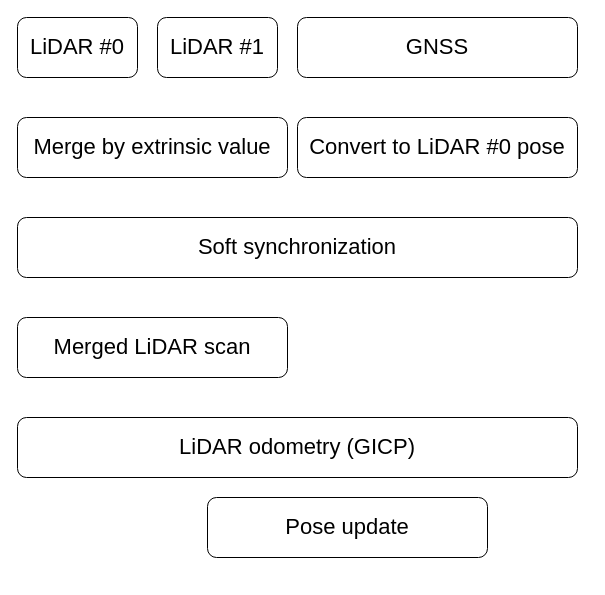
Above: mligo/glio.drawio in zzywhu/drawio (draw.io), before the change. Source tidied: cells renumbered, new cells numbered last; positions are measured from the earlier drawing's top-left corner, leaving out a move shared by most shapes. Both pictures are drawn from the tidied source at 100%, with x=0, y=0 at pixel (17, 17).
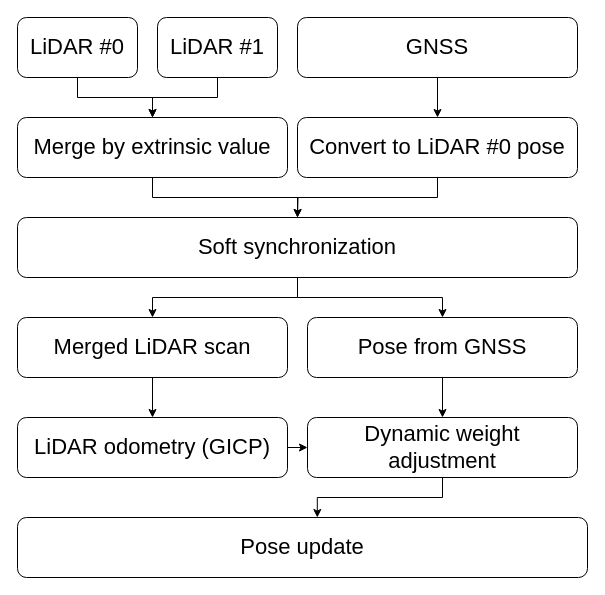
The same page after the edit.

Unchanged cells that the change refers to:
```xml
<mxCell id="2" value="&lt;font style=&quot;font-size: 22px;&quot;&gt;LiDAR #0&lt;/font&gt;" style="rounded=1;whiteSpace=wrap;html=1;" parent="1" vertex="1">
  <mxGeometry width="120" height="60" as="geometry" />
</mxCell>
<mxCell id="3" value="&lt;font style=&quot;font-size: 22px;&quot;&gt;LiDAR #1&lt;/font&gt;" style="rounded=1;whiteSpace=wrap;html=1;" parent="1" vertex="1">
  <mxGeometry x="140" width="120" height="60" as="geometry" />
</mxCell>
<mxCell id="4" value="&lt;font style=&quot;font-size: 22px;&quot;&gt;GNSS&lt;/font&gt;" style="rounded=1;whiteSpace=wrap;html=1;" parent="1" vertex="1">
  <mxGeometry x="280" width="280" height="60" as="geometry" />
</mxCell>
<mxCell id="5" value="&lt;font style=&quot;font-size: 22px;&quot;&gt;Soft synchronization&lt;/font&gt;" style="rounded=1;whiteSpace=wrap;html=1;" parent="1" vertex="1">
  <mxGeometry y="200" width="560" height="60" as="geometry" />
</mxCell>
<mxCell id="6" value="&lt;span style=&quot;font-size: 22px;&quot;&gt;Convert to LiDAR #0 pose&lt;/span&gt;" style="rounded=1;whiteSpace=wrap;html=1;" parent="1" vertex="1">
  <mxGeometry x="280" y="100" width="280" height="60" as="geometry" />
</mxCell>
<mxCell id="7" value="&lt;font style=&quot;font-size: 22px;&quot;&gt;Merge by extrinsic value&lt;/font&gt;" style="rounded=1;whiteSpace=wrap;html=1;" parent="1" vertex="1">
  <mxGeometry y="100" width="270" height="60" as="geometry" />
</mxCell>
<mxCell id="10" value="&lt;span style=&quot;font-size: 22px;&quot;&gt;Merged LiDAR scan&lt;/span&gt;" style="rounded=1;whiteSpace=wrap;html=1;" parent="1" vertex="1">
  <mxGeometry y="300" width="270" height="60" as="geometry" />
</mxCell>
```

Change to the diagram source:
```diff
@@
+    <mxCell id="11" style="edgeStyle=orthogonalEdgeStyle;rounded=0;jettySize=auto;html=1;exitX=0.5;exitY=1;exitDx=0;exitDy=0;entryX=0.5;entryY=0;entryDx=0;entryDy=0;" parent="1" edge="1" source="2" target="7">
+      <mxGeometry relative="1" as="geometry" />
+    </mxCell>
@@
+    <mxCell id="12" style="edgeStyle=orthogonalEdgeStyle;rounded=0;jettySize=auto;html=1;exitX=0.5;exitY=1;exitDx=0;exitDy=0;entryX=0.5;entryY=0;entryDx=0;entryDy=0;" parent="1" edge="1" source="4" target="6">
+      <mxGeometry relative="1" as="geometry" />
+    </mxCell>
@@
+    <mxCell id="13" style="edgeStyle=orthogonalEdgeStyle;rounded=0;jettySize=auto;html=1;exitX=0.5;exitY=1;exitDx=0;exitDy=0;entryX=0.5;entryY=0;entryDx=0;entryDy=0;" parent="1" edge="1" source="5" target="10">
+      <mxGeometry relative="1" as="geometry" />
+    </mxCell>
+    <mxCell id="14" style="edgeStyle=orthogonalEdgeStyle;rounded=0;jettySize=auto;html=1;exitX=0.5;exitY=1;exitDx=0;exitDy=0;entryX=0.5;entryY=0;entryDx=0;entryDy=0;" parent="1" edge="1" source="5" target="20">
+      <mxGeometry relative="1" as="geometry" />
+    </mxCell>
@@
+    <mxCell id="15" style="edgeStyle=orthogonalEdgeStyle;rounded=0;jettySize=auto;html=1;exitX=0.5;exitY=1;exitDx=0;exitDy=0;entryX=0.5;entryY=0;entryDx=0;entryDy=0;" parent="1" edge="1" source="6" target="5">
+      <mxGeometry relative="1" as="geometry" />
+    </mxCell>
@@
+    <mxCell id="16" style="edgeStyle=orthogonalEdgeStyle;rounded=0;jettySize=auto;html=1;exitX=0.5;exitY=1;exitDx=0;exitDy=0;" parent="1" edge="1" source="7">
+      <mxGeometry relative="1" as="geometry">
+        <mxPoint x="280" y="200" as="targetPoint" />
+      </mxGeometry>
+    </mxCell>
@@
+    <mxCell id="17" style="edgeStyle=orthogonalEdgeStyle;rounded=0;jettySize=auto;html=1;exitX=1;exitY=0.5;exitDx=0;exitDy=0;entryX=0;entryY=0.5;entryDx=0;entryDy=0;" parent="1" edge="1" source="8" target="22">
+      <mxGeometry relative="1" as="geometry" />
+    </mxCell>
     <mxCell id="8" value="&lt;span style=&quot;font-size: 22px;&quot;&gt;LiDAR odometry (GICP)&lt;/span&gt;" style="rounded=1;whiteSpace=wrap;html=1;" parent="1" vertex="1">
-      <mxGeometry y="400" width="560" height="60" as="geometry" />
+      <mxGeometry y="400" width="270" height="60" as="geometry" />
     </mxCell>
     <mxCell id="9" value="&lt;font style=&quot;font-size: 22px;&quot;&gt;Pose update&lt;/font&gt;" style="rounded=1;whiteSpace=wrap;html=1;" parent="1" vertex="1">
-      <mxGeometry x="190" y="480" width="280" height="60" as="geometry" />
+      <mxGeometry y="500" width="570" height="60" as="geometry" />
     </mxCell>
+    <mxCell id="18" style="edgeStyle=orthogonalEdgeStyle;rounded=0;jettySize=auto;html=1;exitX=0.5;exitY=1;exitDx=0;exitDy=0;entryX=0.5;entryY=0;entryDx=0;entryDy=0;" parent="1" edge="1" source="10" target="8">
+      <mxGeometry relative="1" as="geometry" />
+    </mxCell>
@@
+    <mxCell id="19" style="edgeStyle=orthogonalEdgeStyle;rounded=0;jettySize=auto;html=1;exitX=0.5;exitY=1;exitDx=0;exitDy=0;entryX=0.5;entryY=0;entryDx=0;entryDy=0;" parent="1" edge="1" source="20" target="22">
+      <mxGeometry relative="1" as="geometry" />
+    </mxCell>
+    <mxCell id="20" value="&lt;span style=&quot;font-size: 22px;&quot;&gt;Pose from GNSS&lt;/span&gt;" style="rounded=1;whiteSpace=wrap;html=1;" parent="1" vertex="1">
+      <mxGeometry x="290" y="300" width="270" height="60" as="geometry" />
+    </mxCell>
+    <mxCell id="21" style="edgeStyle=orthogonalEdgeStyle;rounded=0;jettySize=auto;html=1;exitX=0.5;exitY=1;exitDx=0;exitDy=0;" parent="1" edge="1" source="3" target="7">
+      <mxGeometry relative="1" as="geometry" />
+    </mxCell>
+    <mxCell id="22" value="&lt;font style=&quot;font-size: 22px;&quot;&gt;Dynamic weight adjustment&lt;/font&gt;" style="rounded=1;whiteSpace=wrap;html=1;" parent="1" vertex="1">
+      <mxGeometry x="290" y="400" width="270" height="60" as="geometry" />
+    </mxCell>
+    <mxCell id="23" style="edgeStyle=orthogonalEdgeStyle;rounded=0;jettySize=auto;html=1;exitX=0.5;exitY=1;exitDx=0;exitDy=0;entryX=0.526;entryY=0;entryDx=0;entryDy=0;entryPerimeter=0;" parent="1" edge="1" source="22" target="9">
+      <mxGeometry relative="1" as="geometry" />
+    </mxCell>
```
